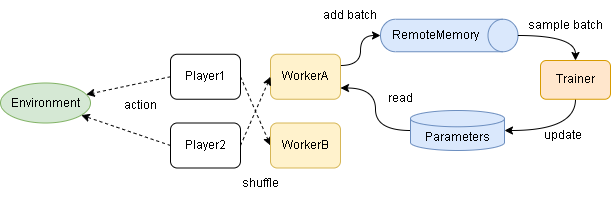
Earlier version of the draw.io export diagrams/overview-multiplay.drawio.png (pocokhc/simple_distributed_rl). Source tidied: cells renumbered, new cells last; positions are measured from the earlier drawing's top-left corner, leaving out a move shared by most shapes. The source it was exported from:
```xml
<mxGraphModel>
  <root>
    <mxCell id="0" />
    <mxCell id="1" parent="0" />
    <mxCell id="2" value="Environment" style="ellipse;whiteSpace=wrap;html=1;fillColor=#d5e8d4;strokeColor=#82b366;" parent="1" vertex="1">
      <mxGeometry y="116.5" width="90" height="40" as="geometry" />
    </mxCell>
    <mxCell id="3" style="edgeStyle=orthogonalEdgeStyle;curved=1;rounded=0;jettySize=auto;html=1;exitX=0;exitY=0.5;exitDx=0;exitDy=0;exitPerimeter=0;entryX=1;entryY=0.75;entryDx=0;entryDy=0;" parent="1" edge="1" source="4" target="8">
      <mxGeometry relative="1" as="geometry" />
    </mxCell>
    <mxCell id="4" value="Parameters" style="shape=cylinder3;whiteSpace=wrap;html=1;boundedLbl=1;backgroundOutline=1;size=8.142857142857167;fillColor=#dae8fc;strokeColor=#6c8ebf;" parent="1" vertex="1">
      <mxGeometry x="410" y="144" width="94" height="40" as="geometry" />
    </mxCell>
    <mxCell id="5" style="edgeStyle=orthogonalEdgeStyle;curved=1;rounded=0;jettySize=auto;html=1;exitX=0.5;exitY=1;exitDx=0;exitDy=0;entryX=1;entryY=0.5;entryDx=0;entryDy=0;entryPerimeter=0;" parent="1" edge="1" source="6" target="4">
      <mxGeometry relative="1" as="geometry" />
    </mxCell>
    <mxCell id="6" value="Trainer" style="rounded=1;whiteSpace=wrap;html=1;fillColor=#ffe6cc;strokeColor=#d79b00;" parent="1" vertex="1">
      <mxGeometry x="540" y="94" width="70" height="38.8" as="geometry" />
    </mxCell>
    <mxCell id="7" style="edgeStyle=orthogonalEdgeStyle;curved=1;rounded=0;jettySize=auto;html=1;exitX=1;exitY=0.25;exitDx=0;exitDy=0;entryX=0.5;entryY=1;entryDx=0;entryDy=0;entryPerimeter=0;" parent="1" edge="1" source="8" target="11">
      <mxGeometry relative="1" as="geometry" />
    </mxCell>
    <mxCell id="8" value="WorkerA" style="rounded=1;whiteSpace=wrap;html=1;fillColor=#fff2cc;strokeColor=#d6b656;" parent="1" vertex="1">
      <mxGeometry x="270" y="87.8" width="70" height="45" as="geometry" />
    </mxCell>
    <mxCell id="9" value="action" style="text;html=1;strokeColor=none;fillColor=none;align=center;verticalAlign=middle;whiteSpace=wrap;rounded=0;" parent="1" vertex="1">
      <mxGeometry x="110" y="124" width="60" height="30" as="geometry" />
    </mxCell>
    <mxCell id="10" style="group;" parent="1" vertex="1">
      <mxGeometry x="380" y="52.8" width="137.5" height="32.5" as="geometry" />
    </mxCell>
    <mxCell id="11" style="shape=cylinder3;whiteSpace=wrap;html=1;boundedLbl=1;backgroundOutline=1;size=15;rotation=90;fillColor=#dae8fc;strokeColor=#6c8ebf;" parent="10" vertex="1">
      <mxGeometry x="52.5" y="-52.5" width="32.5" height="137.5" as="geometry" />
    </mxCell>
    <mxCell id="12" value="RemoteMemory" style="text;html=1;strokeColor=none;fillColor=none;align=center;verticalAlign=middle;whiteSpace=wrap;rounded=0;" parent="10" vertex="1">
      <mxGeometry x="25" y="1.2" width="60" height="30" as="geometry" />
    </mxCell>
    <mxCell id="13" value="add batch" style="text;html=1;strokeColor=none;fillColor=none;align=center;verticalAlign=middle;whiteSpace=wrap;rounded=0;" parent="1" vertex="1">
      <mxGeometry x="320" y="34" width="60" height="30" as="geometry" />
    </mxCell>
    <mxCell id="14" style="edgeStyle=orthogonalEdgeStyle;curved=1;rounded=0;jettySize=auto;html=1;exitX=0.5;exitY=0;exitDx=0;exitDy=0;exitPerimeter=0;entryX=0.5;entryY=0;entryDx=0;entryDy=0;" parent="1" edge="1" source="11" target="6">
      <mxGeometry relative="1" as="geometry" />
    </mxCell>
    <mxCell id="15" value="sample batch" style="text;html=1;strokeColor=none;fillColor=none;align=center;verticalAlign=middle;whiteSpace=wrap;rounded=0;" parent="1" vertex="1">
      <mxGeometry x="520" y="44" width="90" height="30" as="geometry" />
    </mxCell>
    <mxCell id="16" value="update" style="text;html=1;strokeColor=none;fillColor=none;align=center;verticalAlign=middle;whiteSpace=wrap;rounded=0;" parent="1" vertex="1">
      <mxGeometry x="520" y="154" width="85" height="30" as="geometry" />
    </mxCell>
    <mxCell id="17" value="read" style="text;html=1;strokeColor=none;fillColor=none;align=center;verticalAlign=middle;whiteSpace=wrap;rounded=0;" parent="1" vertex="1">
      <mxGeometry x="370" y="116.5" width="60" height="30" as="geometry" />
    </mxCell>
    <mxCell id="18" style="rounded=0;jettySize=auto;html=1;exitX=1;exitY=0.5;exitDx=0;exitDy=0;entryX=0;entryY=0.5;entryDx=0;entryDy=0;dashed=1;" parent="1" edge="1" source="20" target="24">
      <mxGeometry relative="1" as="geometry" />
    </mxCell>
    <mxCell id="19" style="edgeStyle=none;rounded=0;jettySize=auto;html=1;exitX=0;exitY=0.5;exitDx=0;exitDy=0;dashed=1;" parent="1" edge="1" source="20" target="2">
      <mxGeometry relative="1" as="geometry" />
    </mxCell>
    <mxCell id="20" value="Player1" style="rounded=1;whiteSpace=wrap;html=1;" parent="1" vertex="1">
      <mxGeometry x="170" y="87.8" width="70" height="45" as="geometry" />
    </mxCell>
    <mxCell id="21" style="edgeStyle=none;rounded=0;jettySize=auto;html=1;exitX=1;exitY=0.5;exitDx=0;exitDy=0;entryX=0;entryY=0.5;entryDx=0;entryDy=0;dashed=1;" parent="1" edge="1" source="23" target="8">
      <mxGeometry relative="1" as="geometry" />
    </mxCell>
    <mxCell id="22" style="edgeStyle=none;rounded=0;jettySize=auto;html=1;exitX=0;exitY=0.5;exitDx=0;exitDy=0;dashed=1;" parent="1" edge="1" source="23" target="2">
      <mxGeometry relative="1" as="geometry" />
    </mxCell>
    <mxCell id="23" value="Player2" style="rounded=1;whiteSpace=wrap;html=1;" parent="1" vertex="1">
      <mxGeometry x="170" y="156.5" width="70" height="45" as="geometry" />
    </mxCell>
    <mxCell id="24" value="WorkerB" style="rounded=1;whiteSpace=wrap;html=1;fillColor=#fff2cc;strokeColor=#d6b656;" parent="1" vertex="1">
      <mxGeometry x="270" y="156.5" width="70" height="45" as="geometry" />
    </mxCell>
    <mxCell id="25" value="shuffle" style="text;html=1;strokeColor=none;fillColor=none;align=center;verticalAlign=middle;whiteSpace=wrap;rounded=0;" parent="1" vertex="1">
      <mxGeometry x="230" y="201.5" width="60" height="30" as="geometry" />
    </mxCell>
  </root>
</mxGraphModel>
```
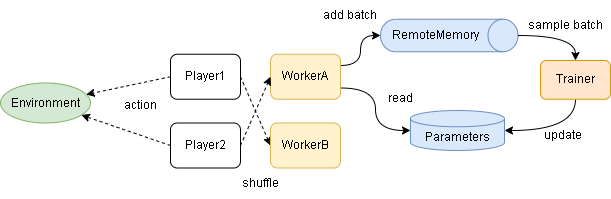
The same diagram one commit later.

The edit, as a diff of the source:
```diff
@@ -5,7 +5,7 @@
     <mxCell id="2" value="Environment" style="ellipse;whiteSpace=wrap;html=1;fillColor=#d5e8d4;strokeColor=#82b366;" parent="1" vertex="1">
       <mxGeometry y="116.5" width="90" height="40" as="geometry" />
     </mxCell>
-    <mxCell id="3" style="edgeStyle=orthogonalEdgeStyle;curved=1;rounded=0;jettySize=auto;html=1;exitX=0;exitY=0.5;exitDx=0;exitDy=0;exitPerimeter=0;entryX=1;entryY=0.75;entryDx=0;entryDy=0;" parent="1" edge="1" source="4" target="8">
+    <mxCell id="3" style="edgeStyle=orthogonalEdgeStyle;curved=1;rounded=0;jettySize=auto;html=1;exitX=0;exitY=0.5;exitDx=0;exitDy=0;exitPerimeter=0;entryX=1;entryY=0.75;entryDx=0;entryDy=0;startArrow=classic;startFill=1;endArrow=none;endFill=0;" parent="1" edge="1" source="4" target="8">
       <mxGeometry relative="1" as="geometry" />
     </mxCell>
     <mxCell id="4" value="Parameters" style="shape=cylinder3;whiteSpace=wrap;html=1;boundedLbl=1;backgroundOutline=1;size=8.142857142857167;fillColor=#dae8fc;strokeColor=#6c8ebf;" parent="1" vertex="1">
```
